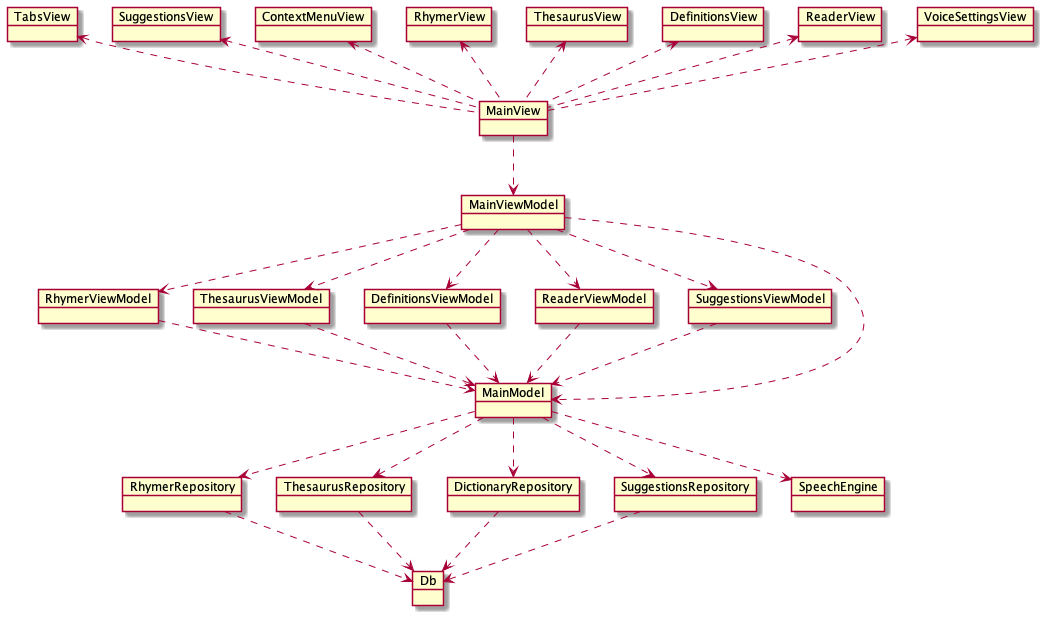
Earlier version of the PlantUML export doc/object-diagram.png (caarmen/poet-assistant-web).
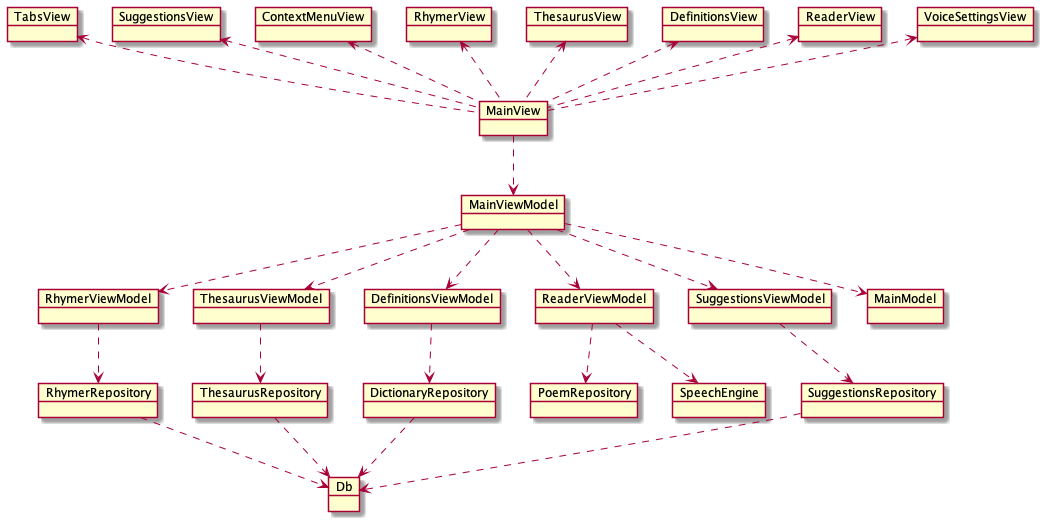
Above is the later version.

Change to the diagram source:
```diff
@@ -20,6 +20,7 @@
 object RhymerRepository
 object ThesaurusRepository
 object DictionaryRepository
+object PoemRepository
 object SuggestionsRepository
 object SpeechEngine
 
@@ -43,17 +44,13 @@
 MainViewModel ..> ReaderViewModel
 MainViewModel ..> SuggestionsViewModel
 
-RhymerViewModel ..> MainModel
-ThesaurusViewModel ..> MainModel
-DefinitionsViewModel ..> MainModel
-ReaderViewModel ..> MainModel
-SuggestionsViewModel ..> MainModel
+RhymerViewModel ..> RhymerRepository
+ThesaurusViewModel ..> ThesaurusRepository
+DefinitionsViewModel ..> DictionaryRepository
+ReaderViewModel ..> PoemRepository
+ReaderViewModel ..> SpeechEngine
+SuggestionsViewModel ..> SuggestionsRepository
 
-MainModel ..> SpeechEngine
-MainModel ..> RhymerRepository
-MainModel ..> ThesaurusRepository
-MainModel ..> DictionaryRepository
-MainModel ..> SuggestionsRepository
 
 RhymerRepository ..> Db
 ThesaurusRepository ..> Db
```
